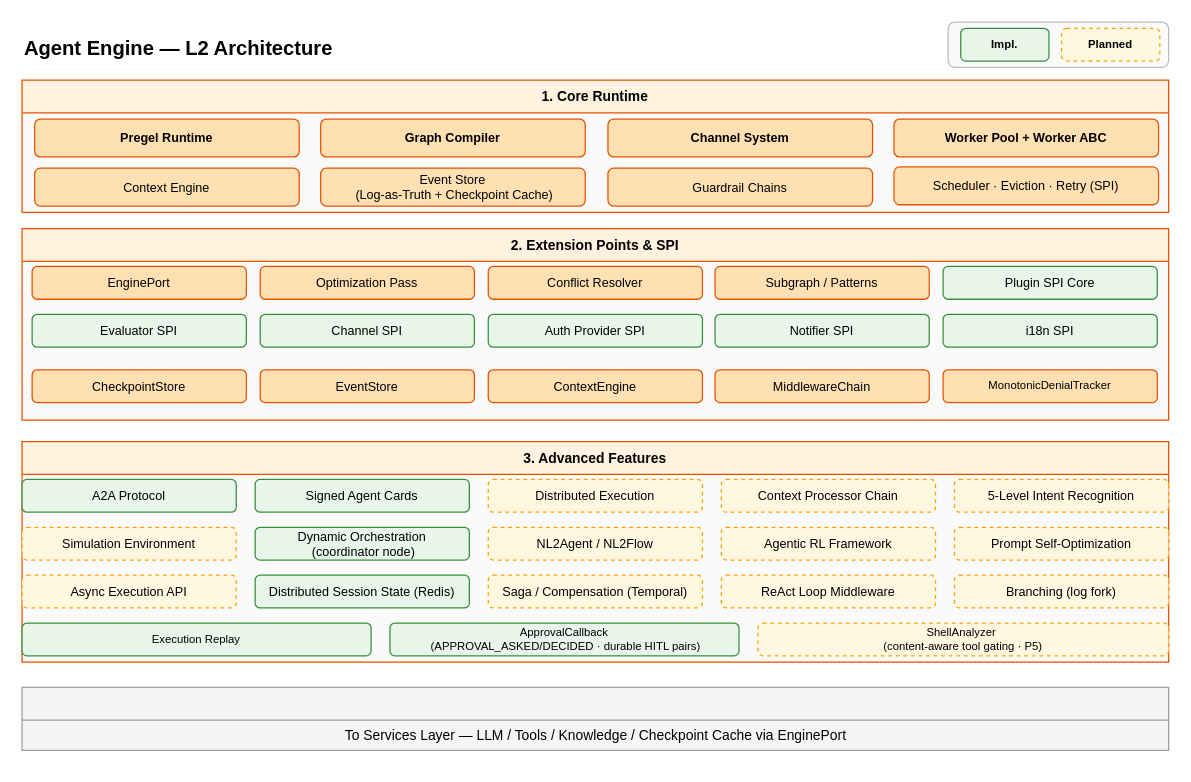
This is docs/design/hardware/agent-engine-l2.drawio from xueyufish/hecate, a draw.io file, before an edit. Source tidied: cells renumbered, new cells numbered last; positions are measured from the earlier drawing's top-left corner, leaving out a move shared by most shapes. Both pictures are drawn from the tidied source at 126%, with x=0, y=0 at pixel (21, 21).
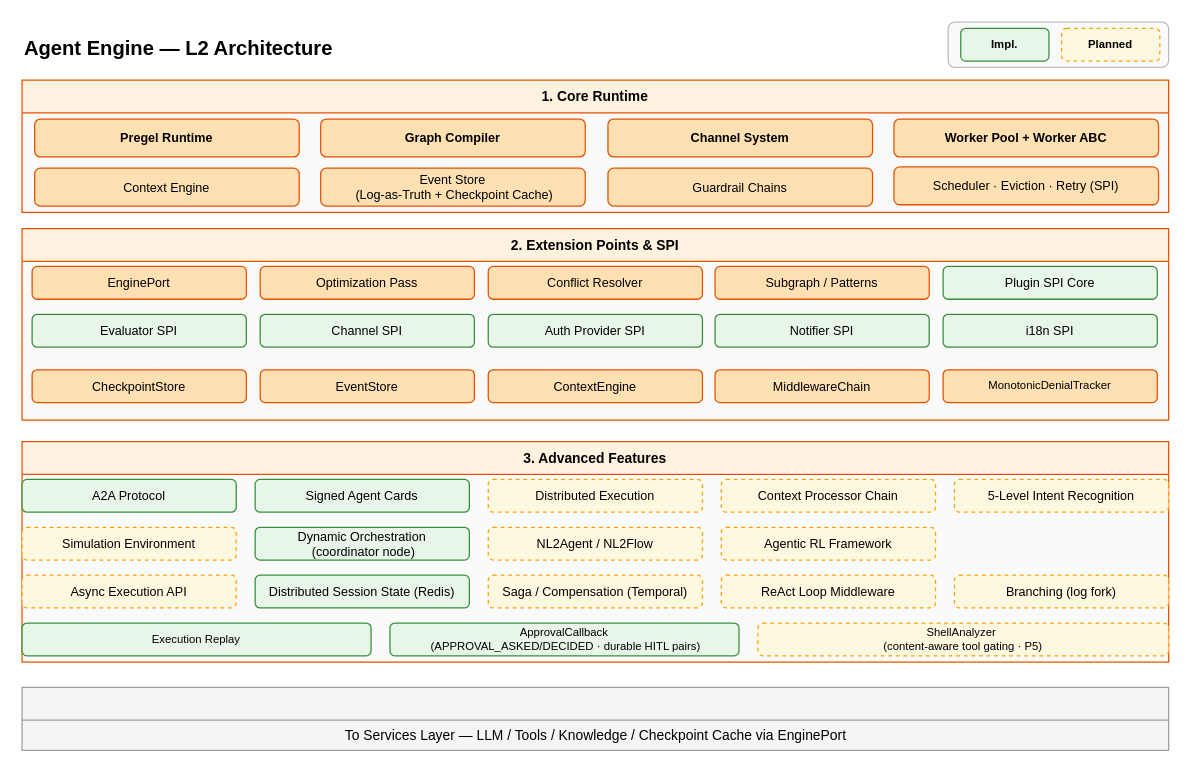
The same page after the edit.

The change refers to these unchanged cells:
```xml
<mxCell id="31" value="3. Advanced Features" style="swimlane;startSize=26;fillColor=#FFF3E0;strokeColor=#E65100;fontSize=11;fontStyle=1;swimlaneFillColor=#FAFAFA;" parent="1" vertex="1">
  <mxGeometry y="333" width="910" height="175" as="geometry" />
</mxCell>
```

What changed in the source:
```diff
@@
-    <mxCell id="41" value="Prompt Self-Optimization" style="rounded=1;whiteSpace=wrap;html=1;fillColor=#FFF8E1;strokeColor=#FFA000;fontSize=10;fontStyle=0;dashed=1;" parent="31" vertex="1">
-      <mxGeometry x="740" y="68" width="170" height="26" as="geometry" />
-    </mxCell>
```
